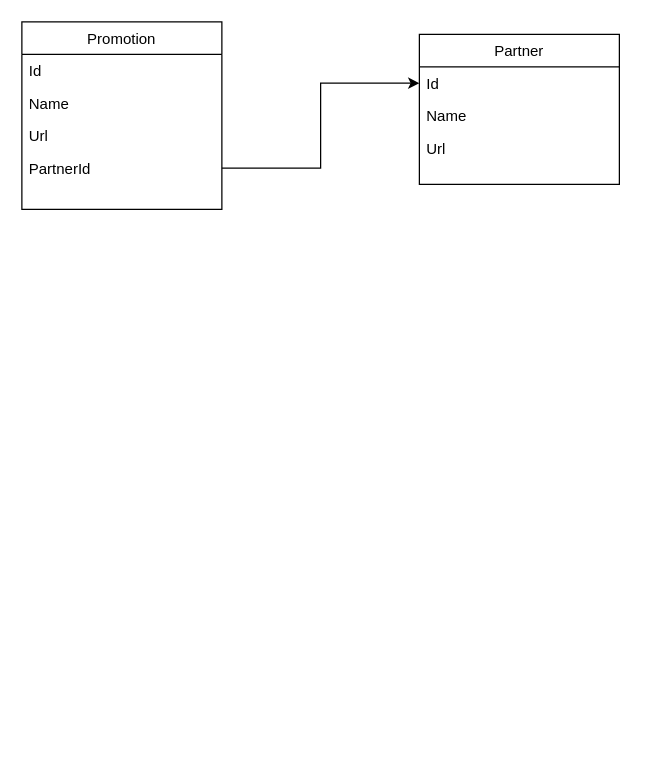
Earlier version of the draw.io diagram Diagrama sin título.drawio (warydiaz/estudioPosgrado). Source tidied: cells renumbered, new cells numbered last; positions are measured from the earlier drawing's top-left corner, leaving out a move shared by most shapes. Both pictures are drawn from the tidied source at 125%, with x=0, y=0 at pixel (21, 21).
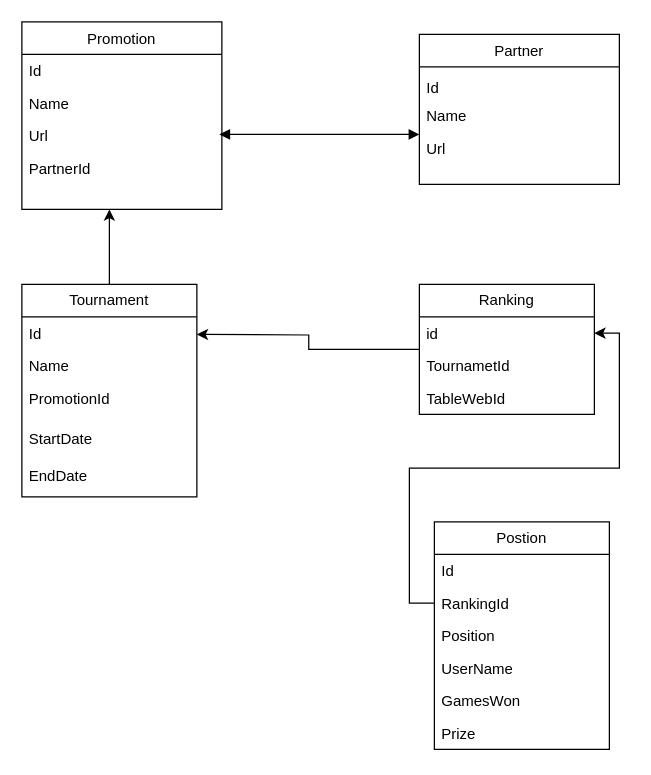
After the change.

Unchanged cells that the change refers to:
```xml
<mxCell id="2" value="Partner" style="swimlane;fontStyle=0;align=center;verticalAlign=top;horizontal=1;startSize=26;rounded=0;shadow=0;strokeWidth=1;" parent="1" vertex="1">
  <mxGeometry x="318" y="10" width="160" height="120" as="geometry" />
</mxCell>
<mxCell id="10" value="PartnerId" style="text;align=left;verticalAlign=top;spacingLeft=4;spacingRight=4;overflow=hidden;points=[[0,0.5],[1,0.5]];portConstraint=eastwest;rounded=0;shadow=0;html=0;" parent="6" vertex="1">
  <mxGeometry y="104" width="160" height="26" as="geometry" />
</mxCell>
```

What changed in the source:
```diff
@@
-    <mxCell id="3" value="Id" style="text;align=left;verticalAlign=top;spacingLeft=4;spacingRight=4;overflow=hidden;points=[[0,0.5],[1,0.5]];portConstraint=eastwest;" parent="2" vertex="1">
+    <mxCell id="3" value="Id" style="text;align=left;verticalAlign=bottom;spacingLeft=4;spacingRight=4;overflow=hidden;points=[[0,0.5],[1,0.5]];portConstraint=eastwest;strokeColor=none;" parent="2" vertex="1">
       <mxGeometry y="26" width="160" height="26" as="geometry" />
     </mxCell>
@@
-    <mxCell id="11" style="edgeStyle=orthogonalEdgeStyle;rounded=0;jettySize=auto;html=1;" parent="1" edge="1" source="10" target="3">
-      <mxGeometry relative="1" as="geometry" />
-    </mxCell>
+    <mxCell id="12" style="edgeStyle=orthogonalEdgeStyle;rounded=0;jettySize=auto;html=1;" parent="1" edge="1" source="13">
+      <mxGeometry relative="1" as="geometry">
+        <mxPoint x="70" y="150" as="targetPoint" />
+      </mxGeometry>
+    </mxCell>
+    <mxCell id="13" value="Tournament" style="swimlane;fontStyle=0;horizontal=1;startSize=26;fillColor=none;whiteSpace=wrap;html=1;" parent="1" vertex="1">
+      <mxGeometry y="210" width="140" height="170" as="geometry" />
+    </mxCell>
+    <mxCell id="14" value="Id" style="text;strokeColor=none;fillColor=none;align=left;verticalAlign=top;spacingLeft=4;spacingRight=4;overflow=hidden;whiteSpace=wrap;html=1;" parent="13" vertex="1">
+      <mxGeometry y="26" width="140" height="26" as="geometry" />
+    </mxCell>
+    <mxCell id="15" value="Name" style="text;strokeColor=none;fillColor=none;align=left;verticalAlign=top;spacingLeft=4;spacingRight=4;overflow=hidden;whiteSpace=wrap;html=1;" parent="13" vertex="1">
+      <mxGeometry y="52" width="140" height="26" as="geometry" />
+    </mxCell>
+    <mxCell id="16" value="PromotionId" style="text;strokeColor=none;fillColor=none;align=left;verticalAlign=top;spacingLeft=4;spacingRight=4;overflow=hidden;whiteSpace=wrap;html=1;" parent="13" vertex="1">
+      <mxGeometry y="78" width="140" height="32" as="geometry" />
+    </mxCell>
+    <mxCell id="17" value="StartDate" style="text;strokeColor=none;fillColor=none;align=left;verticalAlign=top;spacingLeft=4;spacingRight=4;overflow=hidden;whiteSpace=wrap;html=1;" parent="13" vertex="1">
+      <mxGeometry y="110" width="140" height="30" as="geometry" />
+    </mxCell>
+    <mxCell id="18" value="EndDate" style="text;strokeColor=none;fillColor=none;align=left;verticalAlign=top;spacingLeft=4;spacingRight=4;overflow=hidden;whiteSpace=wrap;html=1;" parent="13" vertex="1">
+      <mxGeometry y="140" width="140" height="30" as="geometry" />
+    </mxCell>
+    <mxCell id="19" style="endArrow=block;startArrow=block;endFill=1;startFill=1;html=1;rounded=0;" parent="1" edge="1">
+      <mxGeometry relative="1" as="geometry">
+        <mxPoint x="158" y="90" as="sourcePoint" />
+        <mxPoint x="318" y="90" as="targetPoint" />
+      </mxGeometry>
+    </mxCell>
+    <mxCell id="20" style="edgeStyle=orthogonalEdgeStyle;rounded=0;jettySize=auto;html=1;" parent="1" edge="1" source="21">
+      <mxGeometry relative="1" as="geometry">
+        <mxPoint x="140" y="250" as="targetPoint" />
+      </mxGeometry>
+    </mxCell>
+    <mxCell id="21" value="Ranking" style="swimlane;fontStyle=0;horizontal=1;startSize=26;fillColor=none;whiteSpace=wrap;html=1;" parent="1" vertex="1">
+      <mxGeometry x="318" y="210" width="140" height="104" as="geometry" />
+    </mxCell>
+    <mxCell id="22" value="id" style="text;strokeColor=none;fillColor=none;align=left;verticalAlign=top;spacingLeft=4;spacingRight=4;overflow=hidden;points=[[0,0.5],[1,0.5]];portConstraint=eastwest;whiteSpace=wrap;html=1;" parent="21" vertex="1">
+      <mxGeometry y="26" width="140" height="26" as="geometry" />
+    </mxCell>
+    <mxCell id="23" value="TournametId" style="text;strokeColor=none;fillColor=none;align=left;verticalAlign=top;spacingLeft=4;spacingRight=4;overflow=hidden;whiteSpace=wrap;html=1;" parent="21" vertex="1">
+      <mxGeometry y="52" width="140" height="26" as="geometry" />
+    </mxCell>
+    <mxCell id="24" value="TableWebId" style="text;strokeColor=none;fillColor=none;align=left;verticalAlign=top;spacingLeft=4;spacingRight=4;overflow=hidden;whiteSpace=wrap;html=1;" parent="21" vertex="1">
+      <mxGeometry y="78" width="140" height="26" as="geometry" />
+    </mxCell>
+    <mxCell id="25" value="Postion" style="swimlane;fontStyle=0;horizontal=1;startSize=26;fillColor=none;whiteSpace=wrap;html=1;" parent="1" vertex="1">
+      <mxGeometry x="330" y="400" width="140" height="182" as="geometry" />
+    </mxCell>
+    <mxCell id="26" value="Id" style="text;strokeColor=none;fillColor=none;align=left;verticalAlign=top;spacingLeft=4;spacingRight=4;overflow=hidden;whiteSpace=wrap;html=1;" parent="25" vertex="1">
+      <mxGeometry y="26" width="140" height="26" as="geometry" />
+    </mxCell>
+    <mxCell id="27" value="RankingId" style="text;strokeColor=none;fillColor=none;align=left;verticalAlign=top;spacingLeft=4;spacingRight=4;overflow=hidden;points=[[0,0.5],[1,0.5]];portConstraint=eastwest;whiteSpace=wrap;html=1;" parent="25" vertex="1">
+      <mxGeometry y="52" width="140" height="26" as="geometry" />
+    </mxCell>
+    <mxCell id="28" value="Position" style="text;strokeColor=none;fillColor=none;align=left;verticalAlign=top;spacingLeft=4;spacingRight=4;overflow=hidden;whiteSpace=wrap;html=1;" parent="25" vertex="1">
+      <mxGeometry y="78" width="140" height="26" as="geometry" />
+    </mxCell>
+    <mxCell id="29" value="UserName" style="text;strokeColor=none;fillColor=none;align=left;verticalAlign=top;spacingLeft=4;spacingRight=4;overflow=hidden;whiteSpace=wrap;html=1;" parent="25" vertex="1">
+      <mxGeometry y="104" width="140" height="26" as="geometry" />
+    </mxCell>
+    <mxCell id="30" value="GamesWon" style="text;strokeColor=none;fillColor=none;align=left;verticalAlign=top;spacingLeft=4;spacingRight=4;overflow=hidden;whiteSpace=wrap;html=1;" parent="25" vertex="1">
+      <mxGeometry y="130" width="140" height="26" as="geometry" />
+    </mxCell>
+    <mxCell id="31" value="Prize" style="text;strokeColor=none;fillColor=none;align=left;verticalAlign=top;spacingLeft=4;spacingRight=4;overflow=hidden;whiteSpace=wrap;html=1;" parent="25" vertex="1">
+      <mxGeometry y="156" width="140" height="26" as="geometry" />
+    </mxCell>
+    <mxCell id="32" style="edgeStyle=orthogonalEdgeStyle;rounded=0;jettySize=auto;html=1;exitX=0;exitY=0.5;exitDx=0;exitDy=0;" parent="1" edge="1" source="27" target="22">
+      <mxGeometry relative="1" as="geometry" />
+    </mxCell>
```
